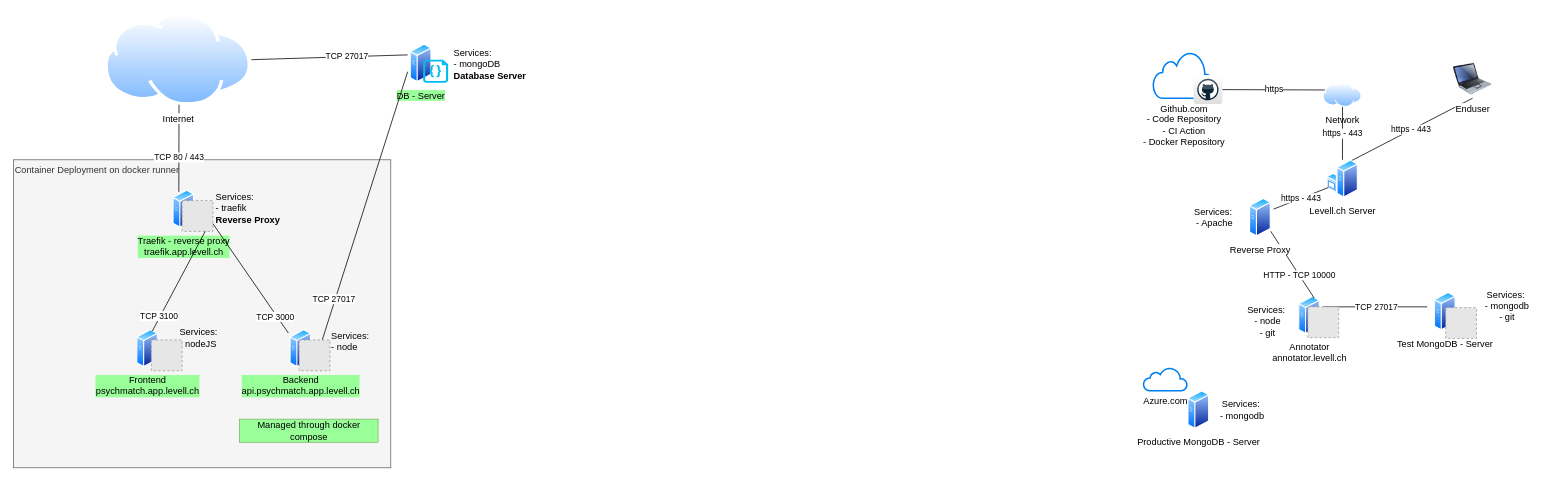
Above: page "ArchitectureStreetmix" (1 of 6) of documentation/infrastructure.drawio in jimmylevell/psychmatch (draw.io), before the change. Source tidied: cells renumbered, new cells numbered last; positions are measured from the earlier drawing's top-left corner, leaving out a move shared by most shapes. Both pictures are drawn from the tidied source at 77%, with x=0, y=0 at pixel (13, 13). Pictures stored in the file or linked from it are replaced by grey dashed boxes.
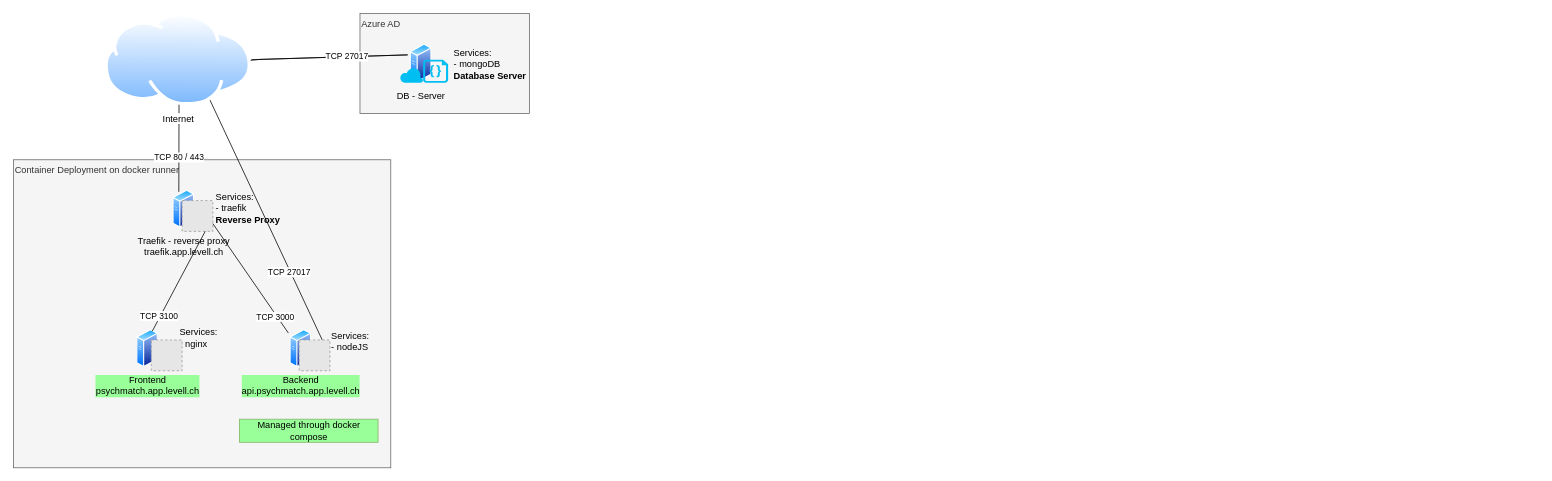
The same diagram, later.

Unchanged cells that the change refers to:
```xml
<mxCell id="33" style="fillColor=#E6E6E6;strokeColor=#999999;dashed=1;html=1;verticalAlign=top;verticalLabelPosition=bottom;labelBackgroundColor=#ffffff;" parent="1" vertex="1">
  <mxGeometry x="371" y="424" width="40" height="40" as="geometry" />
</mxCell>
```

What changed in the source:
```diff
@@
-    <mxCell id="2" value="Github.com&lt;br&gt;- Code Repository&lt;br&gt;- CI Action&lt;br&gt;- Docker Repository" style="html=1;verticalLabelPosition=bottom;align=center;labelBackgroundColor=#ffffff;verticalAlign=top;strokeWidth=2;strokeColor=#0080F0;shadow=0;dashed=0;shape=mxgraph.ios7.icons.cloud;" parent="1" vertex="1">
-      <mxGeometry x="1480" y="50" width="80" height="60" as="geometry" />
-    </mxCell>
-    <mxCell id="3" value="Test MongoDB - Server" style="perimeter=ellipsePerimeter;html=1;align=center;shadow=0;dashed=0;spacingTop=3;image;image=img/lib/active_directory/generic_server.svg;fontFamily=Helvetica;fontSize=12;fontColor=#000000;strokeColor=#000000;fillColor=#ffffff;" parent="1" vertex="1">
-      <mxGeometry x="1840" y="362" width="38.5" height="50" as="geometry" />
-    </mxCell>
-    <mxCell id="4" value="Network" style="perimeter=ellipsePerimeter;html=1;align=center;shadow=0;dashed=0;spacingTop=3;image;image=img/lib/active_directory/internet_cloud.svg;" parent="1" vertex="1">
-      <mxGeometry x="1701" y="90" width="50" height="31.5" as="geometry" />
-    </mxCell>
-    <mxCell id="5" value="https - 443" style="endArrow=none;html=1;entryX=0.5;entryY=1;entryDx=0;entryDy=0;exitX=0.5;exitY=0;exitDx=0;exitDy=0;" parent="1" edge="1" source="12" target="4">
-      <mxGeometry relative="1" as="geometry" />
-    </mxCell>
-    <mxCell id="6" value="Services:&amp;nbsp;&lt;br&gt;- mongodb&lt;br&gt;- git" style="text;html=1;strokeColor=none;fillColor=none;align=center;verticalAlign=middle;whiteSpace=wrap;rounded=0;" parent="1" vertex="1">
-      <mxGeometry x="1900" y="370" width="80" height="20" as="geometry" />
-    </mxCell>
-    <mxCell id="7" value="https - 443" style="edgeStyle=none;rounded=0;jettySize=auto;html=1;exitX=0.5;exitY=1;exitDx=0;exitDy=0;entryX=0.75;entryY=0;entryDx=0;entryDy=0;endArrow=none;endFill=0;" parent="1" edge="1" source="8" target="12">
-      <mxGeometry relative="1" as="geometry" />
-    </mxCell>
-    <mxCell id="8" value="Enduser" style="image;html=1;image=img/lib/clip_art/computers/Laptop_128x128.png;" parent="1" vertex="1">
-      <mxGeometry x="1870" y="60" width="50" height="50" as="geometry" />
-    </mxCell>
-    <mxCell id="9" style="dashed=0;outlineConnect=0;html=1;align=center;labelPosition=center;verticalLabelPosition=bottom;verticalAlign=top;shape=mxgraph.webicons.github;gradientColor=#DFDEDE;" parent="1" vertex="1">
-      <mxGeometry x="1532.4" y="80" width="37.6" height="37.6" as="geometry" />
-    </mxCell>
-    <mxCell id="10" value="https" style="endArrow=none;html=1;entryX=0;entryY=0.25;entryDx=0;entryDy=0;" parent="1" edge="1" source="9" target="4">
-      <mxGeometry relative="1" as="geometry" />
-    </mxCell>
-    <mxCell id="11" style="fillColor=#E6E6E6;strokeColor=#999999;dashed=1;html=1;verticalAlign=top;verticalLabelPosition=bottom;labelBackgroundColor=#ffffff;" parent="1" vertex="1">
-      <mxGeometry x="1860" y="382" width="40" height="40" as="geometry" />
-    </mxCell>
-    <mxCell id="12" value="Levell.ch Server" style="perimeter=ellipsePerimeter;html=1;align=center;shadow=0;dashed=0;spacingTop=3;image;image=img/lib/active_directory/windows_server.svg;" parent="1" vertex="1">
-      <mxGeometry x="1705.5" y="190" width="41" height="50" as="geometry" />
-    </mxCell>
-    <mxCell id="13" value="Services:&amp;nbsp;&lt;br&gt;- Apache" style="text;html=1;strokeColor=none;fillColor=none;align=center;verticalAlign=middle;whiteSpace=wrap;rounded=0;" parent="1" vertex="1">
-      <mxGeometry x="1520" y="255" width="80" height="20" as="geometry" />
-    </mxCell>
-    <mxCell id="14" value="https - 443" style="edgeStyle=none;rounded=0;jettySize=auto;html=1;exitX=0;exitY=0.75;exitDx=0;exitDy=0;endArrow=none;endFill=0;entryX=1;entryY=0.25;entryDx=0;entryDy=0;" parent="1" edge="1" source="12" target="23">
-      <mxGeometry relative="1" as="geometry" />
-    </mxCell>
-    <mxCell id="15" value="TCP 27017" style="endArrow=none;html=1;exitX=0.5;exitY=0;exitDx=0;exitDy=0;endFill=0;" parent="1" edge="1" source="18">
-      <mxGeometry x="0.02" relative="1" as="geometry">
-        <mxPoint x="1836" y="381" as="targetPoint" />
-      </mxGeometry>
-    </mxCell>
-    <mxCell id="16" value="Annotator&lt;br&gt;annotator.levell.ch" style="perimeter=ellipsePerimeter;html=1;align=center;shadow=0;dashed=0;spacingTop=3;image;image=img/lib/active_directory/generic_server.svg;" parent="1" vertex="1">
-      <mxGeometry x="1669" y="367" width="28" height="50" as="geometry" />
-    </mxCell>
-    <mxCell id="17" value="Services:&amp;nbsp;&lt;br&gt;- node&lt;br&gt;- git" style="text;html=1;strokeColor=none;fillColor=none;align=center;verticalAlign=middle;whiteSpace=wrap;rounded=0;" parent="1" vertex="1">
-      <mxGeometry x="1589" y="390" width="80" height="20" as="geometry" />
-    </mxCell>
-    <mxCell id="18" style="fillColor=#E6E6E6;strokeColor=#999999;dashed=1;html=1;verticalAlign=top;verticalLabelPosition=bottom;labelBackgroundColor=#ffffff;" parent="1" vertex="1">
-      <mxGeometry x="1681" y="381" width="40" height="40" as="geometry" />
-    </mxCell>
-    <mxCell id="19" value="HTTP - TCP 10000" style="endArrow=none;html=1;entryX=1;entryY=1;entryDx=0;entryDy=0;endFill=0;exitX=0.75;exitY=0;exitDx=0;exitDy=0;" parent="1" edge="1" source="16" target="23">
-      <mxGeometry x="-0.32" relative="1" as="geometry" />
-    </mxCell>
-    <mxCell id="20" value="Productive MongoDB - Server" style="perimeter=ellipsePerimeter;html=1;align=center;shadow=0;dashed=0;spacingTop=3;image;image=img/lib/active_directory/generic_server.svg;fontFamily=Helvetica;fontSize=12;fontColor=#000000;strokeColor=#000000;fillColor=#ffffff;" parent="1" vertex="1">
-      <mxGeometry x="1520" y="490" width="38.5" height="50" as="geometry" />
-    </mxCell>
-    <mxCell id="21" value="Services:&amp;nbsp;&lt;br&gt;- mongodb" style="text;html=1;strokeColor=none;fillColor=none;align=center;verticalAlign=middle;whiteSpace=wrap;rounded=0;" parent="1" vertex="1">
-      <mxGeometry x="1556" y="505" width="80" height="20" as="geometry" />
-    </mxCell>
-    <mxCell id="22" value="Azure.com" style="html=1;verticalLabelPosition=bottom;align=center;labelBackgroundColor=#ffffff;verticalAlign=top;strokeWidth=2;strokeColor=#0080F0;shadow=0;dashed=0;shape=mxgraph.ios7.icons.cloud;" parent="1" vertex="1">
-      <mxGeometry x="1467.4" y="460" width="57" height="30" as="geometry" />
-    </mxCell>
-    <mxCell id="23" value="Reverse Proxy" style="perimeter=ellipsePerimeter;html=1;align=center;shadow=0;dashed=0;spacingTop=3;image;image=img/lib/active_directory/generic_server.svg;fontFamily=Helvetica;fontSize=12;fontColor=#000000;strokeColor=#000000;fillColor=#ffffff;" parent="1" vertex="1">
-      <mxGeometry x="1600" y="240" width="38.5" height="50" as="geometry" />
-    </mxCell>
+    <mxCell id="44" value="Azure AD" style="rounded=0;whiteSpace=wrap;html=1;fillColor=#f5f5f5;strokeColor=#666666;fontColor=#333333;align=left;verticalAlign=top;" parent="1" vertex="1">
+      <mxGeometry x="450" width="220" height="130" as="geometry" />
+    </mxCell>
@@
-    <mxCell id="25" value="DB - Server" style="perimeter=ellipsePerimeter;html=1;align=center;shadow=0;dashed=0;spacingTop=3;image;image=img/lib/active_directory/generic_server.svg;fontFamily=Helvetica;fontSize=12;fontColor=#000000;strokeColor=#000000;fillColor=#ffffff;labelBackgroundColor=#99FF99;" parent="1" vertex="1">
+    <mxCell id="25" value="DB - Server" style="perimeter=ellipsePerimeter;html=1;align=center;shadow=0;dashed=0;spacingTop=3;image;image=img/lib/active_directory/generic_server.svg;fontFamily=Helvetica;fontSize=12;fontColor=#000000;strokeColor=#000000;fillColor=#ffffff;labelBackgroundColor=none;" parent="1" vertex="1">
       <mxGeometry x="510" y="39.7" width="38.5" height="50" as="geometry" />
     </mxCell>
@@
-    <mxCell id="27" value="TCP 27017" style="endArrow=none;html=1;entryX=0;entryY=0.75;entryDx=0;entryDy=0;exitX=0.75;exitY=0;exitDx=0;exitDy=0;endFill=0;" parent="1" edge="1" source="33" target="25">
+    <mxCell id="27" value="TCP 27017" style="endArrow=none;html=1;entryX=0;entryY=0.25;entryDx=0;entryDy=0;exitX=0.75;exitY=0;exitDx=0;exitDy=0;endFill=0;" parent="1" edge="1" source="33" target="25">
       <mxGeometry x="-0.7" y="1" relative="1" as="geometry">
+        <Array as="points">
+          <mxPoint x="240" y="80" />
+          <mxPoint x="310" y="60" />
+        </Array>
         <mxPoint x="-1" as="offset" />
       </mxGeometry>
     </mxCell>
@@
-    <mxCell id="29" value="Services:&amp;nbsp;&lt;br&gt;- nodeJS" style="text;html=1;strokeColor=none;fillColor=none;align=left;verticalAlign=middle;whiteSpace=wrap;rounded=0;" parent="1" vertex="1">
+    <mxCell id="29" value="Services:&amp;nbsp;&lt;br&gt;- nginx" style="text;html=1;strokeColor=none;fillColor=none;align=left;verticalAlign=middle;whiteSpace=wrap;rounded=0;" parent="1" vertex="1">
       <mxGeometry x="213.5" y="411" width="80" height="20" as="geometry" />
     </mxCell>
@@
-    <mxCell id="32" value="Services:&amp;nbsp;&lt;br&gt;- node" style="text;html=1;strokeColor=none;fillColor=none;align=left;verticalAlign=middle;whiteSpace=wrap;rounded=0;" parent="1" vertex="1">
+    <mxCell id="32" value="Services:&amp;nbsp;&lt;br&gt;- nodeJS" style="text;html=1;strokeColor=none;fillColor=none;align=left;verticalAlign=middle;whiteSpace=wrap;rounded=0;" parent="1" vertex="1">
       <mxGeometry x="411" y="416" width="85" height="20" as="geometry" />
     </mxCell>
@@
-    <mxCell id="34" value="Traefik - reverse proxy&lt;br&gt;traefik.app.levell.ch" style="perimeter=ellipsePerimeter;html=1;align=center;shadow=0;dashed=0;spacingTop=3;image;image=img/lib/active_directory/generic_server.svg;labelBackgroundColor=#99FF99;" parent="1" vertex="1">
+    <mxCell id="34" value="Traefik - reverse proxy&lt;br&gt;traefik.app.levell.ch" style="perimeter=ellipsePerimeter;html=1;align=center;shadow=0;dashed=0;spacingTop=3;image;image=img/lib/active_directory/generic_server.svg;labelBackgroundColor=none;" parent="1" vertex="1">
       <mxGeometry x="207" y="229" width="28" height="50" as="geometry" />
     </mxCell>
@@
+    <mxCell id="45" style="verticalLabelPosition=bottom;html=1;verticalAlign=top;align=center;strokeColor=none;fillColor=#00BEF2;shape=mxgraph.azure.cloud;labelBackgroundColor=none;" parent="1" vertex="1">
+      <mxGeometry x="502" y="70" width="30" height="20" as="geometry" />
+    </mxCell>
```
